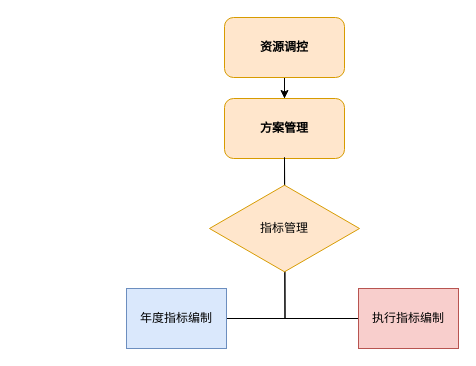
This is 资源调控.drawio from jetluo/jetluo.github.io, a draw.io file, before an edit. Source tidied: cells renumbered, new cells numbered last; positions are measured from the earlier drawing's top-left corner, leaving out a move shared by most shapes. Both pictures are drawn from the tidied source at 100%, with x=0, y=0 at pixel (126, 17).
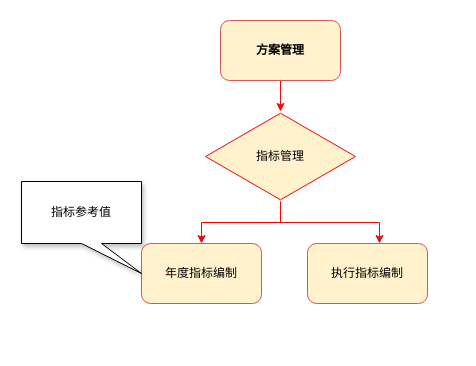
The same page after the edit.

Commit message (it also covers changes not shown here):
更新资源调控.drawio

Change to the diagram source:
```diff
@@
 <mxGraphModel>
   <root>
     <mxCell id="0" />
     <mxCell id="1" parent="0" />
-    <mxCell id="2" style="edgeStyle=orthogonalEdgeStyle;rounded=0;jettySize=auto;html=1;" parent="1" edge="1" source="3" target="4">
-      <mxGeometry relative="1" as="geometry" />
-    </mxCell>
-    <mxCell id="3" value="资源调控" style="rounded=1;whiteSpace=wrap;html=1;fillColor=#ffe6cc;strokeColor=#d79b00;fontStyle=1;" parent="1" vertex="1">
-      <mxGeometry x="98" width="120" height="60" as="geometry" />
-    </mxCell>
+    <mxCell id="10" style="edgeStyle=orthogonalEdgeStyle;rounded=0;jettySize=auto;html=1;strokeColor=light-dark(#f60909, #ededed);" parent="1" edge="1" source="4" target="9">
+      <mxGeometry relative="1" as="geometry" />
+    </mxCell>
-    <mxCell id="4" value="方案管理" style="whiteSpace=wrap;html=1;fillColor=#ffe6cc;strokeColor=#d79b00;rounded=1;fontStyle=1;" parent="1" vertex="1">
-      <mxGeometry x="98" y="81" width="120" height="60" as="geometry" />
+    <mxCell id="4" value="方案管理" style="whiteSpace=wrap;html=1;fillColor=#fff2cc;strokeColor=light-dark(#d65757, #6d5100);rounded=1;fontStyle=1;" parent="1" vertex="1">
+      <mxGeometry x="94" y="3" width="120" height="60" as="geometry" />
     </mxCell>
-    <mxCell id="5" style="edgeStyle=orthogonalEdgeStyle;sourcePerimeterSpacing=0;targetPerimeterSpacing=0;startArrow=none;endArrow=none;rounded=0;targetPortConstraint=eastwest;sourcePortConstraint=northsouth;curved=0;rounded=0;" parent="1" edge="1" target="7">
-      <mxGeometry relative="1" as="geometry">
-        <mxPoint x="158" y="140" as="sourcePoint" />
-      </mxGeometry>
-    </mxCell>
-    <mxCell id="6" style="edgeStyle=orthogonalEdgeStyle;sourcePerimeterSpacing=0;targetPerimeterSpacing=0;startArrow=none;endArrow=none;rounded=0;targetPortConstraint=eastwest;sourcePortConstraint=northsouth;curved=0;rounded=0;" parent="1" edge="1" target="8">
-      <mxGeometry relative="1" as="geometry">
-        <mxPoint x="158" y="140" as="sourcePoint" />
-      </mxGeometry>
-    </mxCell>
+    <mxCell id="11" style="edgeStyle=orthogonalEdgeStyle;rounded=0;jettySize=auto;html=1;strokeColor=light-dark(#e60f0f, #ededed);" parent="1" edge="1" source="9" target="8">
+      <mxGeometry relative="1" as="geometry">
+        <Array as="points">
+          <mxPoint x="154" y="205" />
+          <mxPoint x="253" y="205" />
+        </Array>
+      </mxGeometry>
+    </mxCell>
+    <mxCell id="12" style="edgeStyle=orthogonalEdgeStyle;rounded=0;jettySize=auto;html=1;strokeColor=#FF0000;" parent="1" edge="1" source="9" target="7">
+      <mxGeometry relative="1" as="geometry" />
+    </mxCell>
+    <mxCell id="9" value="指标管理" style="html=1;whiteSpace=wrap;shape=isoRectangle;fillColor=#fff2cc;strokeColor=#FF0000;" parent="1" vertex="1">
+      <mxGeometry x="79" y="94" width="150" height="90" as="geometry" />
+    </mxCell>
-    <mxCell id="7" value="年度指标编制" style="whiteSpace=wrap;html=1;align=center;verticalAlign=middle;fillColor=#dae8fc;strokeColor=#6c8ebf;" parent="1" vertex="1">
-      <mxGeometry y="271" width="100" height="60" as="geometry" />
+    <mxCell id="7" value="年度指标编制" style="rounded=1;whiteSpace=wrap;html=1;fillColor=#fff2cc;strokeColor=light-dark(#d65757, #6d5100);" parent="1" vertex="1">
+      <mxGeometry x="15" y="226" width="120" height="60" as="geometry" />
     </mxCell>
-    <mxCell id="8" value="执行指标编制" style="whiteSpace=wrap;html=1;align=center;verticalAlign=middle;fillColor=#f8cecc;strokeColor=#b85450;" parent="1" vertex="1">
-      <mxGeometry x="232" y="271" width="100" height="60" as="geometry" />
+    <mxCell id="8" value="执行指标编制" style="rounded=1;whiteSpace=wrap;html=1;fillColor=#fff2cc;strokeColor=light-dark(#d65757, #6d5100);" parent="1" vertex="1">
+      <mxGeometry x="181" y="226" width="120" height="60" as="geometry" />
     </mxCell>
-    <mxCell id="9" value="指标管理" style="html=1;whiteSpace=wrap;shape=isoRectangle;fillColor=#ffe6cc;strokeColor=#d79b00;" parent="1" vertex="1">
-      <mxGeometry x="83" y="166" width="150" height="90" as="geometry" />
-    </mxCell>
+    <mxCell id="13" value="指标参考值" style="shape=callout;whiteSpace=wrap;html=1;perimeter=calloutPerimeter;position2=1;shadow=1;" parent="1" vertex="1">
+      <mxGeometry x="-105" y="164" width="120" height="92" as="geometry" />
+    </mxCell>
   </root>
 </mxGraphModel>
```
